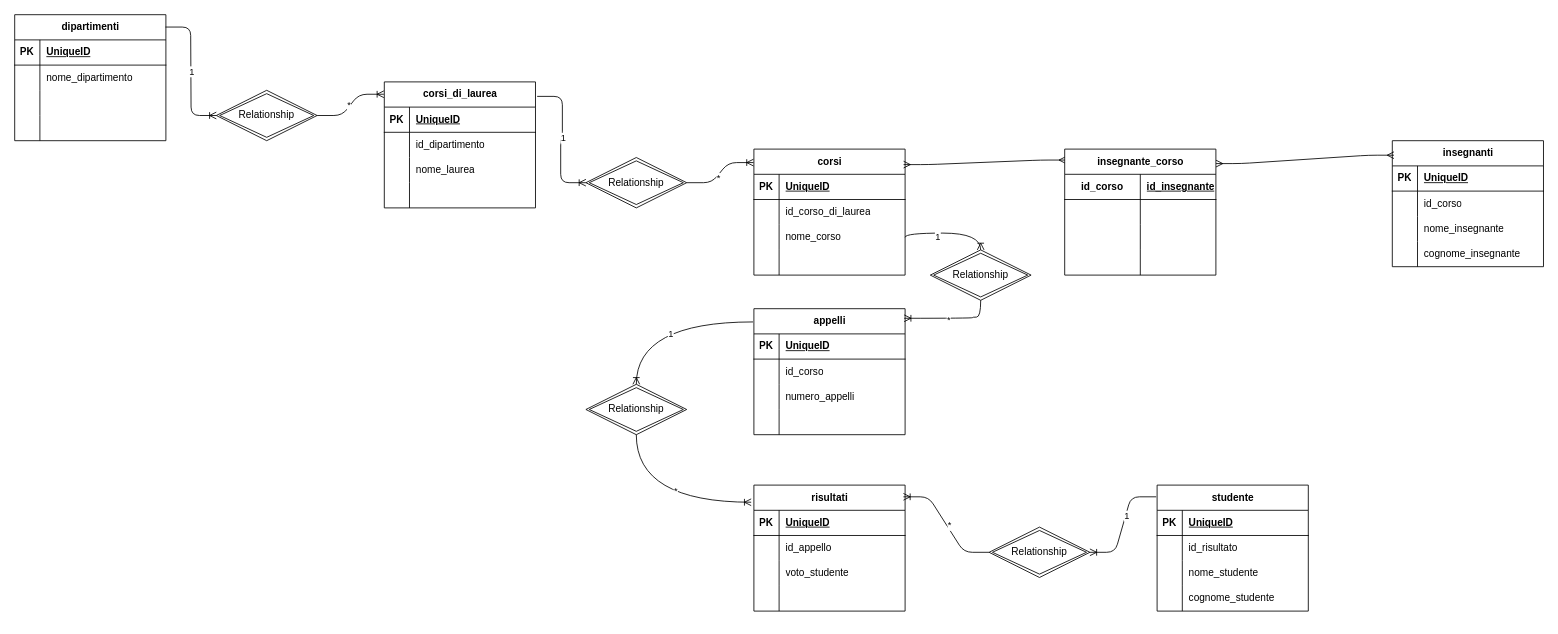
This is university.drawio from ViktorJoseCentonza/db-university, a draw.io file, before an edit. Source tidied: cells renumbered, new cells numbered last; positions are measured from the earlier drawing's top-left corner, leaving out a move shared by most shapes. Both pictures are drawn from the tidied source at 84%, with x=0, y=0 at pixel (14, 14).
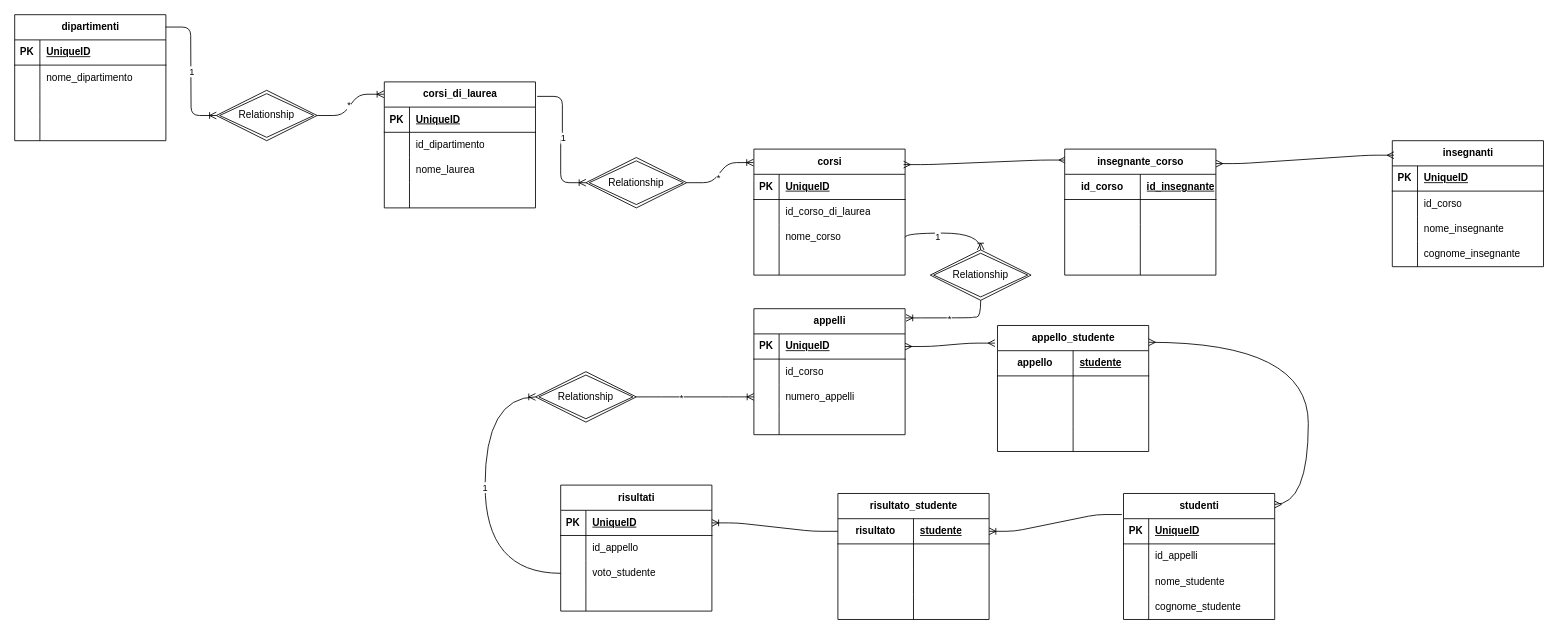
Above is the later version.

Unchanged cells that the change refers to:
```xml
<mxCell id="54" value="appelli" style="shape=table;startSize=30;childLayout=tableLayout;rowLines=0;fontStyle=1;align=center;html=1;" parent="1" vertex="1">
  <mxGeometry x="880" y="350" width="180" height="150" as="geometry" />
</mxCell>
<mxCell id="55" style="shape=tableRow;horizontal=0;startSize=0;swimlaneHead=0;swimlaneBody=0;fillColor=none;points=[[0,0.5],[1,0.5]];portConstraint=eastwest;top=0;left=0;right=0;bottom=1;" parent="54" vertex="1">
  <mxGeometry y="30" width="180" height="30" as="geometry" />
</mxCell>
<mxCell id="61" style="shape=tableRow;horizontal=0;startSize=0;swimlaneHead=0;swimlaneBody=0;fillColor=none;points=[[0,0.5],[1,0.5]];portConstraint=eastwest;top=0;left=0;right=0;bottom=0;" parent="54" vertex="1">
  <mxGeometry y="90" width="180" height="30" as="geometry" />
</mxCell>
<mxCell id="71" style="shape=tableRow;horizontal=0;startSize=0;swimlaneHead=0;swimlaneBody=0;fillColor=none;top=0;left=0;right=0;bottom=0;" parent="67" vertex="1">
  <mxGeometry y="60" width="180" height="30" as="geometry" />
</mxCell>
<mxCell id="81" style="shape=tableRow;horizontal=0;startSize=0;swimlaneHead=0;swimlaneBody=0;fillColor=none;points=[[0,0.5],[1,0.5]];portConstraint=eastwest;top=0;left=0;right=0;bottom=1;" parent="80" vertex="1">
  <mxGeometry y="30" width="180" height="30" as="geometry" />
</mxCell>
<mxCell id="87" style="shape=tableRow;horizontal=0;startSize=0;swimlaneHead=0;swimlaneBody=0;fillColor=none;points=[[0,0.5],[1,0.5]];portConstraint=eastwest;top=0;left=0;right=0;bottom=0;" parent="80" vertex="1">
  <mxGeometry y="90" width="180" height="30" as="geometry" />
</mxCell>
<mxCell id="112" value="Relationship" style="shape=rhombus;double=1;perimeter=rhombusPerimeter;whiteSpace=wrap;html=1;align=center;" parent="1" vertex="1">
  <mxGeometry x="1090" y="280" width="120" height="60" as="geometry" />
</mxCell>
```

Change to the diagram source:
```diff
@@
-    <mxCell id="67" value="studente" style="shape=table;startSize=30;childLayout=tableLayout;rowLines=0;fontStyle=1;align=center;html=1;" parent="1" vertex="1">
-      <mxGeometry x="1360" y="560" width="180" height="150" as="geometry" />
+    <mxCell id="67" value="studenti" style="shape=table;startSize=30;childLayout=tableLayout;rowLines=0;fontStyle=1;align=center;html=1;" parent="1" vertex="1">
+      <mxGeometry x="1320" y="570" width="180" height="150" as="geometry" />
     </mxCell>
@@
-    <mxCell id="73" value="id_risultato" style="shape=partialRectangle;fillColor=none;top=0;left=0;bottom=0;right=0;align=left;spacingLeft=6;overflow=hidden;whiteSpace=wrap;html=1;" parent="71" vertex="1">
+    <mxCell id="73" value="id_appelli" style="shape=partialRectangle;fillColor=none;top=0;left=0;bottom=0;right=0;align=left;spacingLeft=6;overflow=hidden;whiteSpace=wrap;html=1;" parent="71" vertex="1">
       <mxGeometry x="30" width="150" height="30" as="geometry" />
     </mxCell>
@@
     <mxCell id="80" value="risultati" style="shape=table;startSize=30;childLayout=tableLayout;rowLines=0;fontStyle=1;align=center;html=1;" parent="1" vertex="1">
-      <mxGeometry x="880" y="560" width="180" height="150" as="geometry" />
+      <mxGeometry x="650" y="560" width="180" height="150" as="geometry" />
     </mxCell>
@@
-    <mxCell id="107" style="edgeStyle=orthogonalEdgeStyle;fontSize=12;html=1;endArrow=ERoneToMany;entryX=0.5;entryY=0;entryDx=0;entryDy=0;curved=1;exitX=-0.006;exitY=0.105;exitDx=0;exitDy=0;exitPerimeter=0;" parent="1" edge="1" source="54" target="109">
-      <mxGeometry relative="1" as="geometry">
-        <Array as="points">
-          <mxPoint x="740" y="366" />
-        </Array>
-      </mxGeometry>
-    </mxCell>
-    <mxCell id="108" value="1" style="edgeLabel;html=1;align=center;verticalAlign=middle;" parent="107" vertex="1">
-      <mxGeometry x="-0.08" y="14" relative="1" as="geometry" />
-    </mxCell>
-    <mxCell id="109" value="Relationship" style="shape=rhombus;double=1;perimeter=rhombusPerimeter;whiteSpace=wrap;html=1;align=center;" parent="1" vertex="1">
-      <mxGeometry x="680" y="440" width="120" height="60" as="geometry" />
-    </mxCell>
-    <mxCell id="110" style="edgeStyle=orthogonalEdgeStyle;fontSize=12;html=1;endArrow=ERoneToMany;exitX=0.5;exitY=1;exitDx=0;exitDy=0;curved=1;entryX=-0.018;entryY=0.136;entryDx=0;entryDy=0;entryPerimeter=0;" parent="1" edge="1" source="109" target="80">
-      <mxGeometry relative="1" as="geometry">
-        <Array as="points">
-          <mxPoint x="740" y="580" />
-        </Array>
-      </mxGeometry>
-    </mxCell>
-    <mxCell id="111" value="*" style="edgeLabel;html=1;align=center;verticalAlign=middle;" parent="110" vertex="1">
-      <mxGeometry x="0.17" y="14" relative="1" as="geometry" />
-    </mxCell>
@@
-    <mxCell id="113" style="edgeStyle=orthogonalEdgeStyle;fontSize=12;html=1;endArrow=ERoneToMany;exitX=0.5;exitY=1;exitDx=0;exitDy=0;curved=1;entryX=0.994;entryY=0.076;entryDx=0;entryDy=0;entryPerimeter=0;" parent="1" edge="1" source="112" target="54">
+    <mxCell id="113" style="edgeStyle=orthogonalEdgeStyle;fontSize=12;html=1;endArrow=ERoneToMany;exitX=0.5;exitY=1;exitDx=0;exitDy=0;curved=1;entryX=1.006;entryY=0.073;entryDx=0;entryDy=0;entryPerimeter=0;" parent="1" edge="1" source="112" target="54">
       <mxGeometry relative="1" as="geometry">
         <Array as="points">
           <mxPoint x="1150" y="360" />
           <mxPoint x="1140" y="360" />
           <mxPoint x="1140" y="361" />
         </Array>
       </mxGeometry>
     </mxCell>
@@
-    <mxCell id="128" value="Relationship" style="shape=rhombus;double=1;perimeter=rhombusPerimeter;whiteSpace=wrap;html=1;align=center;" parent="1" vertex="1">
-      <mxGeometry x="1160" y="610" width="120" height="60" as="geometry" />
-    </mxCell>
-    <mxCell id="129" style="edgeStyle=entityRelationEdgeStyle;fontSize=12;html=1;endArrow=ERoneToMany;entryX=0.989;entryY=0.093;entryDx=0;entryDy=0;entryPerimeter=0;exitX=0;exitY=0.5;exitDx=0;exitDy=0;" parent="1" edge="1" source="128" target="80">
-      <mxGeometry relative="1" as="geometry" />
-    </mxCell>
-    <mxCell id="130" value="*" style="edgeLabel;html=1;align=center;verticalAlign=middle;" parent="129" vertex="1">
-      <mxGeometry x="-0.03" y="-3" relative="1" as="geometry" />
-    </mxCell>
-    <mxCell id="131" style="edgeStyle=entityRelationEdgeStyle;fontSize=12;html=1;endArrow=ERoneToMany;entryX=1;entryY=0.5;entryDx=0;entryDy=0;exitX=-0.006;exitY=0.093;exitDx=0;exitDy=0;exitPerimeter=0;" parent="1" edge="1" source="67" target="128">
-      <mxGeometry relative="1" as="geometry" />
-    </mxCell>
-    <mxCell id="132" value="1" style="edgeLabel;html=1;align=center;verticalAlign=middle;" parent="131" vertex="1">
-      <mxGeometry x="-0.18" y="1" relative="1" as="geometry" />
-    </mxCell>
+    <mxCell id="133" value="Relationship" style="shape=rhombus;double=1;perimeter=rhombusPerimeter;whiteSpace=wrap;html=1;align=center;" parent="1" vertex="1">
+      <mxGeometry x="620" y="425" width="120" height="60" as="geometry" />
+    </mxCell>
+    <mxCell id="134" style="edgeStyle=entityRelationEdgeStyle;fontSize=12;html=1;endArrow=ERoneToMany;entryX=0;entryY=0.5;entryDx=0;entryDy=0;exitX=1;exitY=0.5;exitDx=0;exitDy=0;" parent="1" edge="1" source="133" target="61">
+      <mxGeometry relative="1" as="geometry" />
+    </mxCell>
+    <mxCell id="135" value="*" style="edgeLabel;html=1;align=center;verticalAlign=middle;" parent="134" vertex="1">
+      <mxGeometry x="-0.24" relative="1" as="geometry" />
+    </mxCell>
+    <mxCell id="136" style="edgeStyle=orthogonalEdgeStyle;fontSize=12;html=1;endArrow=ERoneToMany;entryX=0;entryY=0.5;entryDx=0;entryDy=0;exitX=0;exitY=0.5;exitDx=0;exitDy=0;curved=1;" parent="1" edge="1" source="87" target="133">
+      <mxGeometry relative="1" as="geometry">
+        <Array as="points">
+          <mxPoint x="560" y="665" />
+          <mxPoint x="560" y="455" />
+        </Array>
+      </mxGeometry>
+    </mxCell>
+    <mxCell id="137" value="1" style="edgeLabel;html=1;align=center;verticalAlign=middle;" parent="136" vertex="1">
+      <mxGeometry x="0.07" y="1" relative="1" as="geometry" />
+    </mxCell>
+    <mxCell id="138" value="risultato_studente" style="shape=table;startSize=30;childLayout=tableLayout;rowLines=0;fontStyle=1;align=center;html=1;" parent="1" vertex="1">
+      <mxGeometry x="980" y="570" width="180" height="150" as="geometry" />
+    </mxCell>
+    <mxCell id="139" style="shape=tableRow;horizontal=0;startSize=0;swimlaneHead=0;swimlaneBody=0;fillColor=none;points=[[0,0.5],[1,0.5]];portConstraint=eastwest;top=0;left=0;right=0;bottom=1;" parent="138" vertex="1">
+      <mxGeometry y="30" width="180" height="30" as="geometry" />
+    </mxCell>
+    <mxCell id="140" value="risultato" style="shape=partialRectangle;fillColor=none;top=0;left=0;bottom=0;right=0;fontStyle=1;overflow=hidden;whiteSpace=wrap;html=1;" parent="139" vertex="1">
+      <mxGeometry width="90" height="30" as="geometry" />
+    </mxCell>
+    <mxCell id="141" value="studente" style="shape=partialRectangle;fillColor=none;top=0;left=0;bottom=0;right=0;align=left;spacingLeft=6;fontStyle=5;overflow=hidden;whiteSpace=wrap;html=1;" parent="139" vertex="1">
+      <mxGeometry x="90" width="90" height="30" as="geometry" />
+    </mxCell>
+    <mxCell id="142" style="shape=tableRow;horizontal=0;startSize=0;swimlaneHead=0;swimlaneBody=0;fillColor=none;top=0;left=0;right=0;bottom=0;" parent="138" vertex="1">
+      <mxGeometry y="60" width="180" height="30" as="geometry" />
+    </mxCell>
+    <mxCell id="143" style="shape=partialRectangle;fillColor=none;top=0;left=0;bottom=0;right=0;overflow=hidden;whiteSpace=wrap;html=1;" parent="142" vertex="1">
+      <mxGeometry width="90" height="30" as="geometry" />
+    </mxCell>
+    <mxCell id="144" style="shape=partialRectangle;fillColor=none;top=0;left=0;bottom=0;right=0;align=left;spacingLeft=6;overflow=hidden;whiteSpace=wrap;html=1;" parent="142" vertex="1">
+      <mxGeometry x="90" width="90" height="30" as="geometry" />
+    </mxCell>
+    <mxCell id="145" style="shape=tableRow;horizontal=0;startSize=0;swimlaneHead=0;swimlaneBody=0;fillColor=none;top=0;left=0;right=0;bottom=0;" parent="138" vertex="1">
+      <mxGeometry y="90" width="180" height="30" as="geometry" />
+    </mxCell>
+    <mxCell id="146" style="shape=partialRectangle;fillColor=none;top=0;left=0;bottom=0;right=0;overflow=hidden;whiteSpace=wrap;html=1;" parent="145" vertex="1">
+      <mxGeometry width="90" height="30" as="geometry" />
+    </mxCell>
+    <mxCell id="147" style="shape=partialRectangle;fillColor=none;top=0;left=0;bottom=0;right=0;align=left;spacingLeft=6;overflow=hidden;whiteSpace=wrap;html=1;" parent="145" vertex="1">
+      <mxGeometry x="90" width="90" height="30" as="geometry" />
+    </mxCell>
+    <mxCell id="148" style="shape=tableRow;horizontal=0;startSize=0;swimlaneHead=0;swimlaneBody=0;fillColor=none;top=0;left=0;right=0;bottom=0;" parent="138" vertex="1">
+      <mxGeometry y="120" width="180" height="30" as="geometry" />
+    </mxCell>
+    <mxCell id="149" style="shape=partialRectangle;fillColor=none;top=0;left=0;bottom=0;right=0;overflow=hidden;whiteSpace=wrap;html=1;" parent="148" vertex="1">
+      <mxGeometry width="90" height="30" as="geometry" />
+    </mxCell>
+    <mxCell id="150" style="shape=partialRectangle;fillColor=none;top=0;left=0;bottom=0;right=0;align=left;spacingLeft=6;overflow=hidden;whiteSpace=wrap;html=1;" parent="148" vertex="1">
+      <mxGeometry x="90" width="90" height="30" as="geometry" />
+    </mxCell>
+    <mxCell id="151" style="edgeStyle=entityRelationEdgeStyle;fontSize=12;html=1;endArrow=ERoneToMany;entryX=1;entryY=0.5;entryDx=0;entryDy=0;exitX=0;exitY=0.5;exitDx=0;exitDy=0;" parent="1" edge="1" source="139" target="81">
+      <mxGeometry relative="1" as="geometry" />
+    </mxCell>
+    <mxCell id="152" style="edgeStyle=entityRelationEdgeStyle;fontSize=12;html=1;endArrow=ERoneToMany;entryX=1;entryY=0.5;entryDx=0;entryDy=0;exitX=-0.011;exitY=0.167;exitDx=0;exitDy=0;exitPerimeter=0;" parent="1" edge="1" source="67" target="139">
+      <mxGeometry relative="1" as="geometry" />
+    </mxCell>
+    <mxCell id="153" value="appello_studente" style="shape=table;startSize=30;childLayout=tableLayout;rowLines=0;fontStyle=1;align=center;html=1;" parent="1" vertex="1">
+      <mxGeometry x="1170" y="370" width="180" height="150" as="geometry" />
+    </mxCell>
+    <mxCell id="154" style="shape=tableRow;horizontal=0;startSize=0;swimlaneHead=0;swimlaneBody=0;fillColor=none;top=0;left=0;right=0;bottom=1;" parent="153" vertex="1">
+      <mxGeometry y="30" width="180" height="30" as="geometry" />
+    </mxCell>
+    <mxCell id="155" value="appello" style="shape=partialRectangle;fillColor=none;top=0;left=0;bottom=0;right=0;fontStyle=1;overflow=hidden;whiteSpace=wrap;html=1;" parent="154" vertex="1">
+      <mxGeometry width="90" height="30" as="geometry" />
+    </mxCell>
+    <mxCell id="156" value="studente" style="shape=partialRectangle;fillColor=none;top=0;left=0;bottom=0;right=0;align=left;spacingLeft=6;fontStyle=5;overflow=hidden;whiteSpace=wrap;html=1;" parent="154" vertex="1">
+      <mxGeometry x="90" width="90" height="30" as="geometry" />
+    </mxCell>
+    <mxCell id="157" style="shape=tableRow;horizontal=0;startSize=0;swimlaneHead=0;swimlaneBody=0;fillColor=none;top=0;left=0;right=0;bottom=0;" parent="153" vertex="1">
+      <mxGeometry y="60" width="180" height="30" as="geometry" />
+    </mxCell>
+    <mxCell id="158" style="shape=partialRectangle;fillColor=none;top=0;left=0;bottom=0;right=0;overflow=hidden;whiteSpace=wrap;html=1;" parent="157" vertex="1">
+      <mxGeometry width="90" height="30" as="geometry" />
+    </mxCell>
+    <mxCell id="159" style="shape=partialRectangle;fillColor=none;top=0;left=0;bottom=0;right=0;align=left;spacingLeft=6;overflow=hidden;whiteSpace=wrap;html=1;" parent="157" vertex="1">
+      <mxGeometry x="90" width="90" height="30" as="geometry" />
+    </mxCell>
+    <mxCell id="160" style="shape=tableRow;horizontal=0;startSize=0;swimlaneHead=0;swimlaneBody=0;fillColor=none;top=0;left=0;right=0;bottom=0;" parent="153" vertex="1">
+      <mxGeometry y="90" width="180" height="30" as="geometry" />
+    </mxCell>
+    <mxCell id="161" style="shape=partialRectangle;fillColor=none;top=0;left=0;bottom=0;right=0;overflow=hidden;whiteSpace=wrap;html=1;" parent="160" vertex="1">
+      <mxGeometry width="90" height="30" as="geometry" />
+    </mxCell>
+    <mxCell id="162" style="shape=partialRectangle;fillColor=none;top=0;left=0;bottom=0;right=0;align=left;spacingLeft=6;overflow=hidden;whiteSpace=wrap;html=1;" parent="160" vertex="1">
+      <mxGeometry x="90" width="90" height="30" as="geometry" />
+    </mxCell>
+    <mxCell id="163" style="shape=tableRow;horizontal=0;startSize=0;swimlaneHead=0;swimlaneBody=0;fillColor=none;top=0;left=0;right=0;bottom=0;" parent="153" vertex="1">
+      <mxGeometry y="120" width="180" height="30" as="geometry" />
+    </mxCell>
+    <mxCell id="164" style="shape=partialRectangle;fillColor=none;top=0;left=0;bottom=0;right=0;overflow=hidden;whiteSpace=wrap;html=1;" parent="163" vertex="1">
+      <mxGeometry width="90" height="30" as="geometry" />
+    </mxCell>
+    <mxCell id="165" style="shape=partialRectangle;fillColor=none;top=0;left=0;bottom=0;right=0;align=left;spacingLeft=6;overflow=hidden;whiteSpace=wrap;html=1;" parent="163" vertex="1">
+      <mxGeometry x="90" width="90" height="30" as="geometry" />
+    </mxCell>
+    <mxCell id="166" style="edgeStyle=entityRelationEdgeStyle;fontSize=12;html=1;endArrow=ERmany;startArrow=ERmany;entryX=-0.017;entryY=0.14;entryDx=0;entryDy=0;entryPerimeter=0;exitX=1;exitY=0.5;exitDx=0;exitDy=0;" parent="1" edge="1" source="55" target="153">
+      <mxGeometry relative="1" as="geometry" />
+    </mxCell>
+    <mxCell id="167" style="edgeStyle=orthogonalEdgeStyle;fontSize=12;html=1;endArrow=ERmany;startArrow=ERmany;entryX=1;entryY=0.133;entryDx=0;entryDy=0;entryPerimeter=0;exitX=1;exitY=0.087;exitDx=0;exitDy=0;exitPerimeter=0;curved=1;" parent="1" edge="1" source="67" target="153">
+      <mxGeometry relative="1" as="geometry">
+        <Array as="points">
+          <mxPoint x="1540" y="583" />
+          <mxPoint x="1540" y="390" />
+        </Array>
+      </mxGeometry>
+    </mxCell>
```
